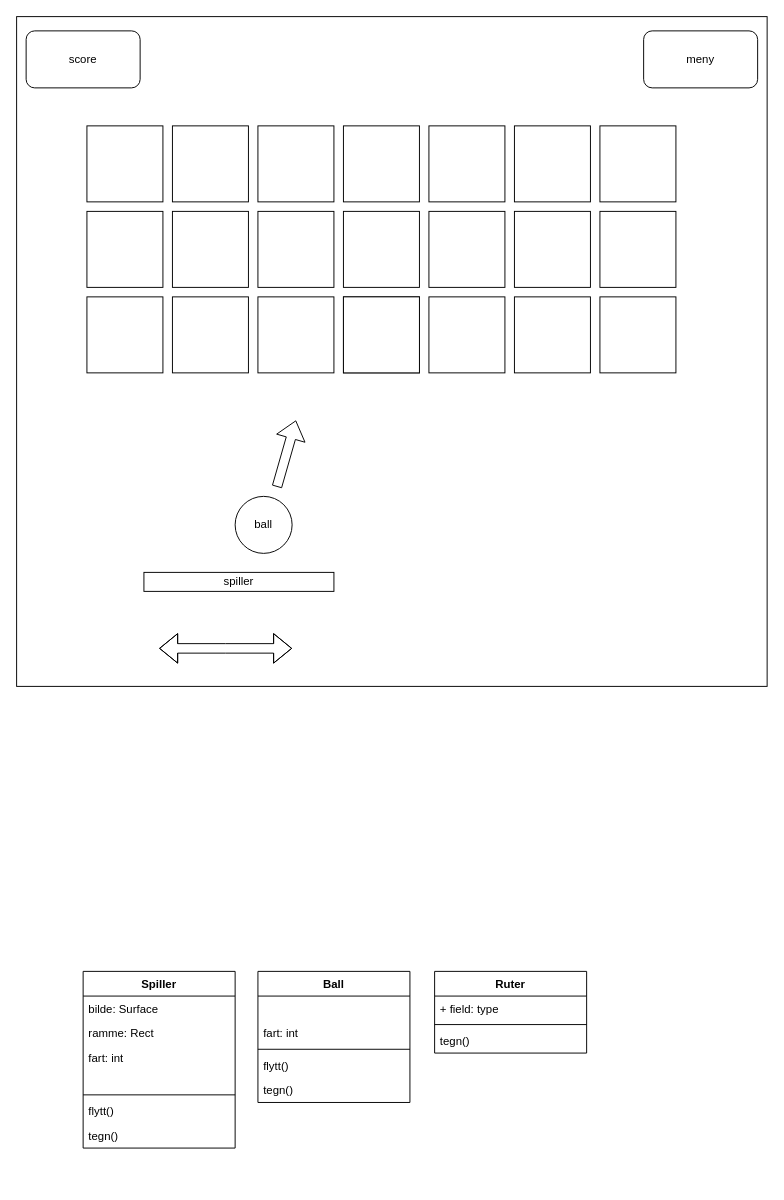
This is prosjekt.drawio from LankHank/p---Prosjekt, a draw.io file, before an edit. Source tidied: cells renumbered, new cells numbered last; positions are measured from the earlier drawing's top-left corner, leaving out a move shared by most shapes. Both pictures are drawn from the tidied source at 95%, with x=0, y=0 at pixel (16, 16).
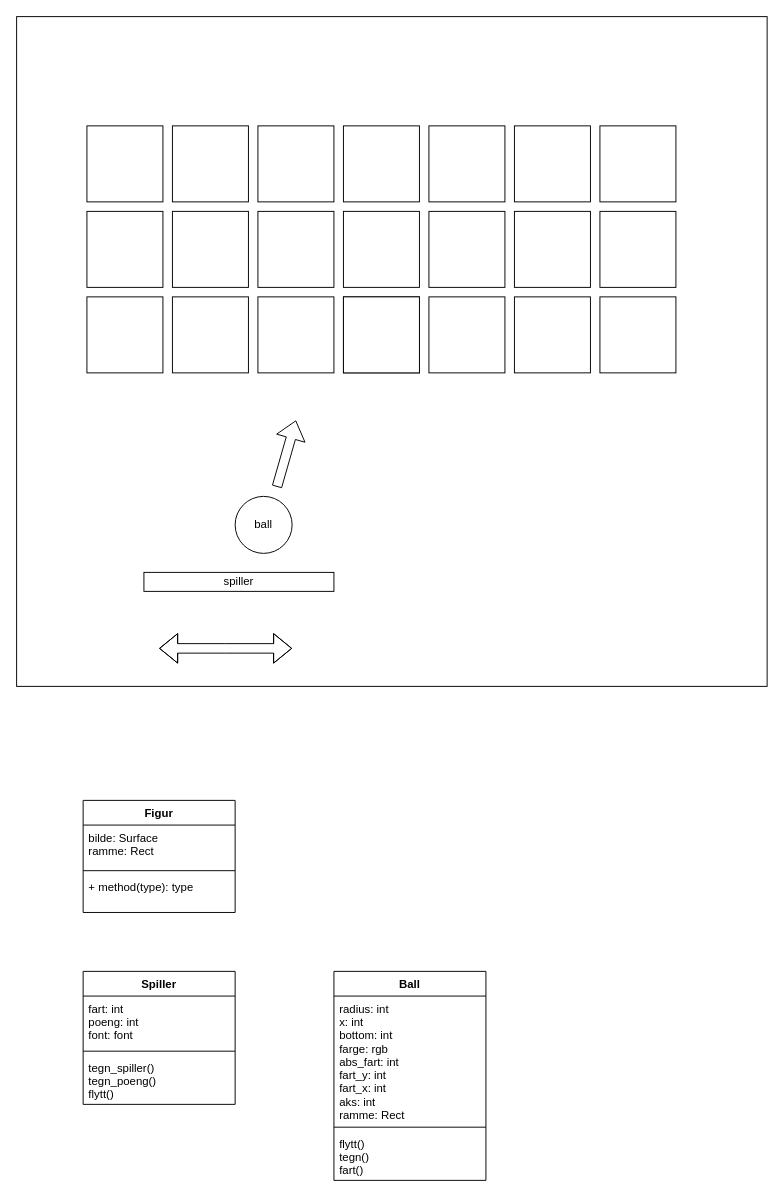
The same diagram, later.

The edit, as a diff of the source:
```diff
@@
-    <mxCell id="30" style="rounded=1;whiteSpace=wrap;html=1;" parent="1" vertex="1">
-      <mxGeometry x="660" y="15" width="120" height="60" as="geometry" />
-    </mxCell>
-    <mxCell id="31" value="meny" style="text;html=1;strokeColor=none;fillColor=none;align=center;verticalAlign=middle;whiteSpace=wrap;rounded=0;" parent="1" vertex="1">
-      <mxGeometry x="690" y="30" width="60" height="30" as="geometry" />
-    </mxCell>
-    <mxCell id="32" value="score" style="rounded=1;whiteSpace=wrap;html=1;" parent="1" vertex="1">
-      <mxGeometry x="10" y="15" width="120" height="60" as="geometry" />
-    </mxCell>
     <mxCell id="33" value="Spiller" style="swimlane;fontStyle=1;align=center;verticalAlign=top;horizontal=1;startSize=26;" parent="1" vertex="1">
-      <mxGeometry x="70" y="1005" width="160" height="186" as="geometry" />
+      <mxGeometry x="70" y="1005" width="160" height="140" as="geometry" />
     </mxCell>
-    <mxCell id="34" value="bilde: Surface" style="text;strokeColor=none;fillColor=none;align=left;verticalAlign=top;spacingLeft=4;spacingRight=4;overflow=hidden;" parent="33" vertex="1">
-      <mxGeometry y="26" width="160" height="26" as="geometry" />
+    <mxCell id="34" value="fart: int&#10;poeng: int&#10;font: font" style="text;strokeColor=none;fillColor=none;align=left;verticalAlign=top;spacingLeft=4;spacingRight=4;overflow=hidden;" parent="33" vertex="1">
+      <mxGeometry y="26" width="160" height="54" as="geometry" />
     </mxCell>
-    <mxCell id="35" value="ramme: Rect&#10;" style="text;strokeColor=none;fillColor=none;align=left;verticalAlign=top;spacingLeft=4;spacingRight=4;overflow=hidden;" parent="33" vertex="1">
-      <mxGeometry y="52" width="160" height="26" as="geometry" />
-    </mxCell>
-    <mxCell id="36" value="fart: int" style="text;strokeColor=none;fillColor=none;align=left;verticalAlign=top;spacingLeft=4;spacingRight=4;overflow=hidden;" parent="33" vertex="1">
-      <mxGeometry y="78" width="160" height="22" as="geometry" />
-    </mxCell>
-    <mxCell id="37" style="text;strokeColor=none;fillColor=none;align=left;verticalAlign=top;spacingLeft=4;spacingRight=4;overflow=hidden;" parent="33" vertex="1">
-      <mxGeometry y="100" width="160" height="26" as="geometry" />
-    </mxCell>
     <mxCell id="38" style="line;strokeWidth=1;fillColor=none;align=left;verticalAlign=middle;spacingTop=-1;spacingLeft=3;spacingRight=3;labelPosition=right;strokeColor=inherit;" parent="33" vertex="1">
-      <mxGeometry y="126" width="160" height="8" as="geometry" />
+      <mxGeometry y="80" width="160" height="8" as="geometry" />
     </mxCell>
-    <mxCell id="39" value="flytt()" style="text;strokeColor=none;fillColor=none;align=left;verticalAlign=top;spacingLeft=4;spacingRight=4;overflow=hidden;" parent="33" vertex="1">
-      <mxGeometry y="134" width="160" height="26" as="geometry" />
+    <mxCell id="39" value="tegn_spiller()&#10;tegn_poeng()&#10;flytt()" style="text;strokeColor=none;fillColor=none;align=left;verticalAlign=top;spacingLeft=4;spacingRight=4;overflow=hidden;" parent="33" vertex="1">
+      <mxGeometry y="88" width="160" height="52" as="geometry" />
     </mxCell>
-    <mxCell id="40" value="tegn()" style="text;strokeColor=none;fillColor=none;align=left;verticalAlign=top;spacingLeft=4;spacingRight=4;overflow=hidden;" parent="33" vertex="1">
-      <mxGeometry y="160" width="160" height="26" as="geometry" />
-    </mxCell>
-    <mxCell id="41" value="Ruter" style="swimlane;fontStyle=1;align=center;verticalAlign=top;horizontal=1;startSize=26;" parent="1" vertex="1">
-      <mxGeometry x="440" y="1005" width="160" height="86" as="geometry" />
-    </mxCell>
-    <mxCell id="42" value="+ field: type" style="text;strokeColor=none;fillColor=none;align=left;verticalAlign=top;spacingLeft=4;spacingRight=4;overflow=hidden;" parent="41" vertex="1">
-      <mxGeometry y="26" width="160" height="26" as="geometry" />
-    </mxCell>
-    <mxCell id="43" style="line;strokeWidth=1;fillColor=none;align=left;verticalAlign=middle;spacingTop=-1;spacingLeft=3;spacingRight=3;labelPosition=right;strokeColor=inherit;" parent="41" vertex="1">
-      <mxGeometry y="52" width="160" height="8" as="geometry" />
-    </mxCell>
-    <mxCell id="44" value="tegn()" style="text;strokeColor=none;fillColor=none;align=left;verticalAlign=top;spacingLeft=4;spacingRight=4;overflow=hidden;" parent="41" vertex="1">
-      <mxGeometry y="60" width="160" height="26" as="geometry" />
-    </mxCell>
     <mxCell id="45" value="Ball" style="swimlane;fontStyle=1;align=center;verticalAlign=top;horizontal=1;startSize=26;" parent="1" vertex="1">
-      <mxGeometry x="254" y="1005" width="160" height="138" as="geometry" />
+      <mxGeometry x="334" y="1005" width="160" height="220" as="geometry" />
     </mxCell>
-    <mxCell id="46" style="text;strokeColor=none;fillColor=none;align=left;verticalAlign=top;spacingLeft=4;spacingRight=4;overflow=hidden;" parent="45" vertex="1">
-      <mxGeometry y="26" width="160" height="26" as="geometry" />
+    <mxCell id="46" value="radius: int&#10;x: int&#10;bottom: int&#10;farge: rgb&#10;abs_fart: int&#10;fart_y: int&#10;fart_x: int&#10;aks: int&#10;ramme: Rect&#10;&#10;&#10;&#10;" style="text;strokeColor=none;fillColor=none;align=left;verticalAlign=top;spacingLeft=4;spacingRight=4;overflow=hidden;" parent="45" vertex="1">
+      <mxGeometry y="26" width="160" height="134" as="geometry" />
     </mxCell>
-    <mxCell id="47" value="fart: int" style="text;strokeColor=none;fillColor=none;align=left;verticalAlign=top;spacingLeft=4;spacingRight=4;overflow=hidden;" parent="45" vertex="1">
-      <mxGeometry y="52" width="160" height="26" as="geometry" />
-    </mxCell>
     <mxCell id="48" style="line;strokeWidth=1;fillColor=none;align=left;verticalAlign=middle;spacingTop=-1;spacingLeft=3;spacingRight=3;labelPosition=right;strokeColor=inherit;" parent="45" vertex="1">
-      <mxGeometry y="78" width="160" height="8" as="geometry" />
+      <mxGeometry y="160" width="160" height="8" as="geometry" />
     </mxCell>
-    <mxCell id="49" value="flytt()" style="text;strokeColor=none;fillColor=none;align=left;verticalAlign=top;spacingLeft=4;spacingRight=4;overflow=hidden;" parent="45" vertex="1">
-      <mxGeometry y="86" width="160" height="26" as="geometry" />
+    <mxCell id="49" value="flytt()&#10;tegn()&#10;fart()" style="text;strokeColor=none;fillColor=none;align=left;verticalAlign=top;spacingLeft=4;spacingRight=4;overflow=hidden;" parent="45" vertex="1">
+      <mxGeometry y="168" width="160" height="52" as="geometry" />
     </mxCell>
-    <mxCell id="50" value="tegn()" style="text;strokeColor=none;fillColor=none;align=left;verticalAlign=top;spacingLeft=4;spacingRight=4;overflow=hidden;" parent="45" vertex="1">
-      <mxGeometry y="112" width="160" height="26" as="geometry" />
-    </mxCell>
+    <mxCell id="51" value="Figur" style="swimlane;fontStyle=1;align=center;verticalAlign=top;horizontal=1;startSize=26;whiteSpace=wrap;html=1;" parent="1" vertex="1">
+      <mxGeometry x="70" y="825" width="160" height="118" as="geometry" />
+    </mxCell>
+    <mxCell id="52" value="bilde: Surface&lt;br&gt;ramme: Rect" style="text;strokeColor=none;fillColor=none;align=left;verticalAlign=top;spacingLeft=4;spacingRight=4;overflow=hidden;whiteSpace=wrap;html=1;" parent="51" vertex="1">
+      <mxGeometry y="26" width="160" height="44" as="geometry" />
+    </mxCell>
+    <mxCell id="53" style="line;strokeWidth=1;fillColor=none;align=left;verticalAlign=middle;spacingTop=-1;spacingLeft=3;spacingRight=3;labelPosition=right;strokeColor=inherit;" parent="51" vertex="1">
+      <mxGeometry y="70" width="160" height="8" as="geometry" />
+    </mxCell>
+    <mxCell id="54" value="+ method(type): type" style="text;strokeColor=none;fillColor=none;align=left;verticalAlign=top;spacingLeft=4;spacingRight=4;overflow=hidden;whiteSpace=wrap;html=1;" parent="51" vertex="1">
+      <mxGeometry y="78" width="160" height="40" as="geometry" />
+    </mxCell>
```
